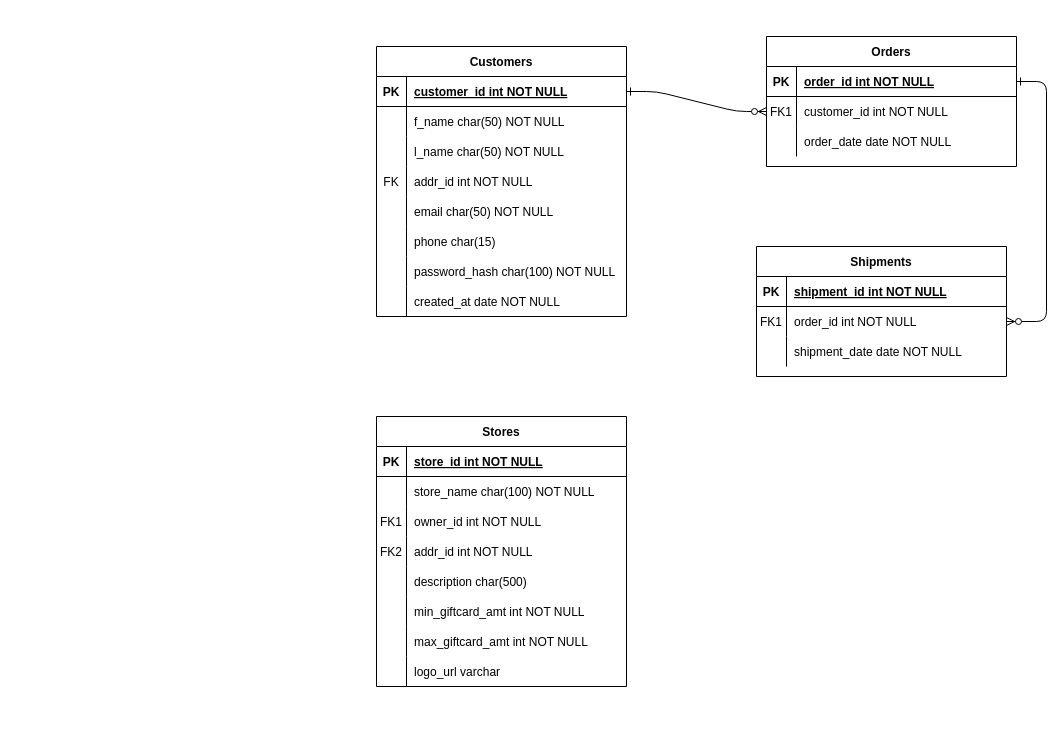
jjschmitt1/e_giftcard_erd keeps this draw.io diagram as e_giftcard_erd.drawio. Above is the earlier version. Source tidied: cells renumbered, new cells numbered last; positions are measured from the earlier drawing's top-left corner, leaving out a move shared by most shapes. Both pictures are drawn from the tidied source at 100%, with x=0, y=0 at pixel (376, 36).
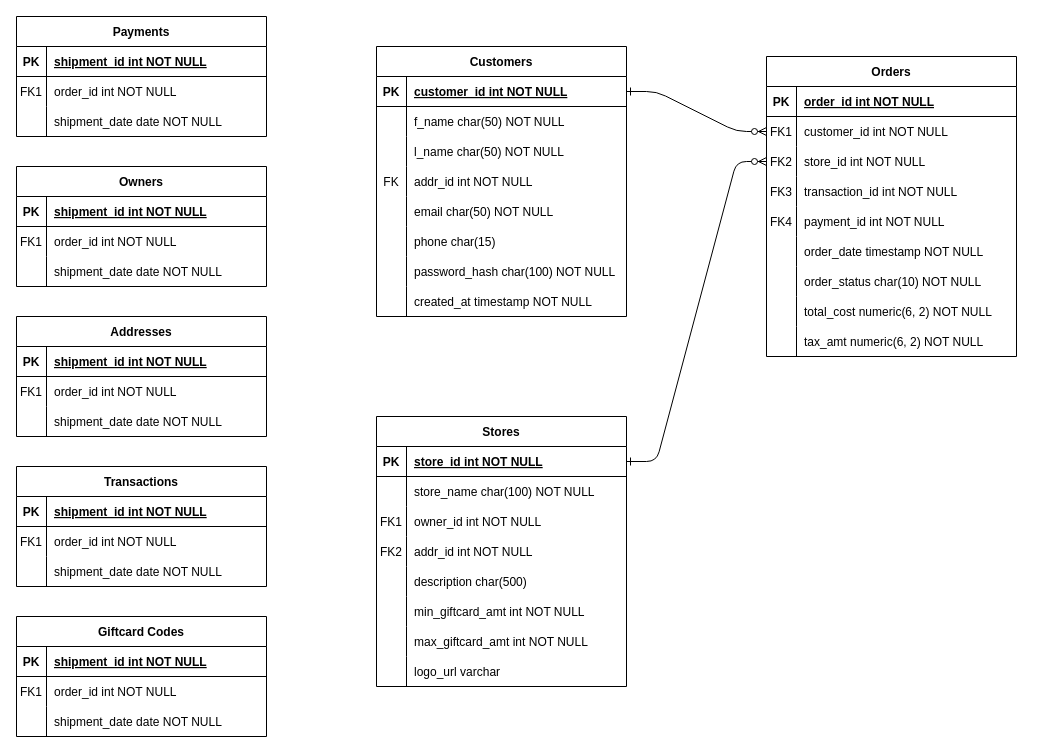
The same diagram, later.

The change refers to these unchanged cells:
```xml
<mxCell id="5" style="shape=partialRectangle;fillColor=none;points=[[0,0.5],[1,0.5]];portConstraint=eastwest;top=0;left=0;right=0;bottom=1;" parent="4" vertex="1">
  <mxGeometry y="30" width="250" height="30" as="geometry" />
</mxCell>
<mxCell id="46" style="shape=partialRectangle;fillColor=none;top=0;left=0;right=0;bottom=0;" parent="24" vertex="1">
  <mxGeometry y="240" width="250" height="30" as="geometry" />
</mxCell>
<mxCell id="51" style="shape=partialRectangle;fillColor=none;points=[[0,0.5],[1,0.5]];portConstraint=eastwest;top=0;left=0;right=0;bottom=1;" parent="50" vertex="1">
  <mxGeometry y="30" width="250" height="30" as="geometry" />
</mxCell>
```

The edit, as a diff of the source:
```diff
@@
-    <mxCell id="3" style="edgeStyle=entityRelationEdgeStyle;endArrow=ERzeroToMany;startArrow=ERone;endFill=1;startFill=0;" parent="1" edge="1" source="5" target="18">
-      <mxGeometry relative="1" as="geometry" />
-    </mxCell>
     <mxCell id="4" value="Orders" style="shape=table;startSize=30;childLayout=tableLayout;rowLines=0;fontStyle=1;align=center;" parent="1" vertex="1">
-      <mxGeometry x="390" width="250" height="130" as="geometry" />
+      <mxGeometry x="390" y="20" width="250" height="300" as="geometry" />
     </mxCell>
@@
+    <mxCell id="75" style="shape=partialRectangle;fillColor=none;points=[[0,0.5],[1,0.5]];portConstraint=eastwest;top=0;left=0;right=0;bottom=0;" parent="4" vertex="1">
+      <mxGeometry y="90" width="250" height="30" as="geometry" />
+    </mxCell>
+    <mxCell id="76" value="FK2" style="shape=partialRectangle;overflow=hidden;fillColor=none;top=0;left=0;bottom=0;right=0;" parent="75" vertex="1">
+      <mxGeometry width="30" height="30" as="geometry" />
+    </mxCell>
+    <mxCell id="77" value="store_id int NOT NULL" style="shape=partialRectangle;overflow=hidden;fillColor=none;top=0;left=0;bottom=0;right=0;align=left;spacingLeft=6;" parent="75" vertex="1">
+      <mxGeometry x="30" width="220" height="30" as="geometry" />
+    </mxCell>
     <mxCell id="11" style="shape=partialRectangle;fillColor=none;top=0;left=0;right=0;bottom=0;" parent="4" vertex="1">
-      <mxGeometry y="90" width="250" height="30" as="geometry" />
+      <mxGeometry y="120" width="250" height="30" as="geometry" />
     </mxCell>
-    <mxCell id="12" style="shape=partialRectangle;overflow=hidden;fillColor=none;top=0;left=0;bottom=0;right=0;" parent="11" vertex="1">
+    <mxCell id="12" value="FK3" style="shape=partialRectangle;overflow=hidden;fillColor=none;top=0;left=0;bottom=0;right=0;" parent="11" vertex="1">
       <mxGeometry width="30" height="30" as="geometry" />
     </mxCell>
-    <mxCell id="13" value="order_date date NOT NULL" style="shape=partialRectangle;overflow=hidden;fillColor=none;top=0;left=0;bottom=0;right=0;align=left;spacingLeft=6;" parent="11" vertex="1">
+    <mxCell id="13" value="transaction_id int NOT NULL" style="shape=partialRectangle;overflow=hidden;fillColor=none;top=0;left=0;bottom=0;right=0;align=left;spacingLeft=6;" parent="11" vertex="1">
       <mxGeometry x="30" width="220" height="30" as="geometry" />
     </mxCell>
-    <mxCell id="14" value="Shipments" style="shape=table;startSize=30;childLayout=tableLayout;rowLines=0;fontStyle=1;align=center;" parent="1" vertex="1">
-      <mxGeometry x="380" y="210" width="250" height="130" as="geometry" />
-    </mxCell>
-    <mxCell id="15" style="shape=partialRectangle;fillColor=none;top=0;left=0;right=0;bottom=1;" parent="14" vertex="1">
-      <mxGeometry y="30" width="250" height="30" as="geometry" />
-    </mxCell>
-    <mxCell id="16" value="PK" style="shape=partialRectangle;overflow=hidden;fillColor=none;top=0;left=0;bottom=0;right=0;fontStyle=1;" parent="15" vertex="1">
-      <mxGeometry width="30" height="30" as="geometry" />
-    </mxCell>
-    <mxCell id="17" value="shipment_id int NOT NULL " style="shape=partialRectangle;overflow=hidden;fillColor=none;top=0;left=0;bottom=0;right=0;align=left;spacingLeft=6;fontStyle=5;" parent="15" vertex="1">
-      <mxGeometry x="30" width="220" height="30" as="geometry" />
-    </mxCell>
-    <mxCell id="18" style="shape=partialRectangle;fillColor=none;points=[[0,0.5],[1,0.5]];portConstraint=eastwest;top=0;left=0;right=0;bottom=0;" parent="14" vertex="1">
-      <mxGeometry y="60" width="250" height="30" as="geometry" />
-    </mxCell>
-    <mxCell id="19" value="FK1" style="shape=partialRectangle;overflow=hidden;fillColor=none;top=0;left=0;bottom=0;right=0;" parent="18" vertex="1">
-      <mxGeometry width="30" height="30" as="geometry" />
-    </mxCell>
-    <mxCell id="20" value="order_id int NOT NULL" style="shape=partialRectangle;overflow=hidden;fillColor=none;top=0;left=0;bottom=0;right=0;align=left;spacingLeft=6;" parent="18" vertex="1">
-      <mxGeometry x="30" width="220" height="30" as="geometry" />
-    </mxCell>
-    <mxCell id="21" style="shape=partialRectangle;fillColor=none;top=0;left=0;right=0;bottom=0;" parent="14" vertex="1">
-      <mxGeometry y="90" width="250" height="30" as="geometry" />
-    </mxCell>
-    <mxCell id="22" style="shape=partialRectangle;overflow=hidden;fillColor=none;top=0;left=0;bottom=0;right=0;" parent="21" vertex="1">
-      <mxGeometry width="30" height="30" as="geometry" />
-    </mxCell>
-    <mxCell id="23" value="shipment_date date NOT NULL" style="shape=partialRectangle;overflow=hidden;fillColor=none;top=0;left=0;bottom=0;right=0;align=left;spacingLeft=6;" parent="21" vertex="1">
-      <mxGeometry x="30" width="220" height="30" as="geometry" />
-    </mxCell>
+    <mxCell id="78" style="shape=partialRectangle;fillColor=none;top=0;left=0;right=0;bottom=0;" parent="4" vertex="1">
+      <mxGeometry y="150" width="250" height="30" as="geometry" />
+    </mxCell>
+    <mxCell id="79" value="FK4" style="shape=partialRectangle;overflow=hidden;fillColor=none;top=0;left=0;bottom=0;right=0;" parent="78" vertex="1">
+      <mxGeometry width="30" height="30" as="geometry" />
+    </mxCell>
+    <mxCell id="80" value="payment_id int NOT NULL" style="shape=partialRectangle;overflow=hidden;fillColor=none;top=0;left=0;bottom=0;right=0;align=left;spacingLeft=6;" parent="78" vertex="1">
+      <mxGeometry x="30" width="220" height="30" as="geometry" />
+    </mxCell>
+    <mxCell id="81" style="shape=partialRectangle;fillColor=none;top=0;left=0;right=0;bottom=0;" parent="4" vertex="1">
+      <mxGeometry y="180" width="250" height="30" as="geometry" />
+    </mxCell>
+    <mxCell id="82" style="shape=partialRectangle;overflow=hidden;fillColor=none;top=0;left=0;bottom=0;right=0;" parent="81" vertex="1">
+      <mxGeometry width="30" height="30" as="geometry" />
+    </mxCell>
+    <mxCell id="83" value="order_date timestamp NOT NULL" style="shape=partialRectangle;overflow=hidden;fillColor=none;top=0;left=0;bottom=0;right=0;align=left;spacingLeft=6;" parent="81" vertex="1">
+      <mxGeometry x="30" width="220" height="30" as="geometry" />
+    </mxCell>
+    <mxCell id="84" style="shape=partialRectangle;fillColor=none;top=0;left=0;right=0;bottom=0;" parent="4" vertex="1">
+      <mxGeometry y="210" width="250" height="30" as="geometry" />
+    </mxCell>
+    <mxCell id="85" style="shape=partialRectangle;overflow=hidden;fillColor=none;top=0;left=0;bottom=0;right=0;" parent="84" vertex="1">
+      <mxGeometry width="30" height="30" as="geometry" />
+    </mxCell>
+    <mxCell id="86" value="order_status char(10) NOT NULL" style="shape=partialRectangle;overflow=hidden;fillColor=none;top=0;left=0;bottom=0;right=0;align=left;spacingLeft=6;" parent="84" vertex="1">
+      <mxGeometry x="30" width="220" height="30" as="geometry" />
+    </mxCell>
+    <mxCell id="87" style="shape=partialRectangle;fillColor=none;top=0;left=0;right=0;bottom=0;" parent="4" vertex="1">
+      <mxGeometry y="240" width="250" height="30" as="geometry" />
+    </mxCell>
+    <mxCell id="88" style="shape=partialRectangle;overflow=hidden;fillColor=none;top=0;left=0;bottom=0;right=0;" parent="87" vertex="1">
+      <mxGeometry width="30" height="30" as="geometry" />
+    </mxCell>
+    <mxCell id="89" value="total_cost numeric(6, 2) NOT NULL" style="shape=partialRectangle;overflow=hidden;fillColor=none;top=0;left=0;bottom=0;right=0;align=left;spacingLeft=6;" parent="87" vertex="1">
+      <mxGeometry x="30" width="220" height="30" as="geometry" />
+    </mxCell>
+    <mxCell id="90" style="shape=partialRectangle;fillColor=none;top=0;left=0;right=0;bottom=0;" parent="4" vertex="1">
+      <mxGeometry y="270" width="250" height="30" as="geometry" />
+    </mxCell>
+    <mxCell id="91" style="shape=partialRectangle;overflow=hidden;fillColor=none;top=0;left=0;bottom=0;right=0;" parent="90" vertex="1">
+      <mxGeometry width="30" height="30" as="geometry" />
+    </mxCell>
+    <mxCell id="92" value="tax_amt numeric(6, 2) NOT NULL" style="shape=partialRectangle;overflow=hidden;fillColor=none;top=0;left=0;bottom=0;right=0;align=left;spacingLeft=6;" parent="90" vertex="1">
+      <mxGeometry x="30" width="220" height="30" as="geometry" />
+    </mxCell>
@@
-    <mxCell id="48" value="created_at date NOT NULL" style="shape=partialRectangle;overflow=hidden;fillColor=none;top=0;left=0;bottom=0;right=0;align=left;spacingLeft=6;" parent="46" vertex="1">
+    <mxCell id="48" value="created_at timestamp NOT NULL" style="shape=partialRectangle;overflow=hidden;fillColor=none;top=0;left=0;bottom=0;right=0;align=left;spacingLeft=6;" parent="46" vertex="1">
       <mxGeometry x="30" width="220" height="30" as="geometry" />
     </mxCell>
@@
+    <mxCell id="93" style="edgeStyle=entityRelationEdgeStyle;endArrow=ERzeroToMany;startArrow=ERone;endFill=1;startFill=0;exitX=1;exitY=0.5;exitDx=0;exitDy=0;entryX=0;entryY=0.5;entryDx=0;entryDy=0;" parent="1" edge="1" source="51" target="75">
+      <mxGeometry relative="1" as="geometry" />
+    </mxCell>
+    <mxCell id="94" value="Owners" style="shape=table;startSize=30;childLayout=tableLayout;rowLines=0;fontStyle=1;align=center;" parent="1" vertex="1">
+      <mxGeometry x="-360" y="130" width="250" height="120" as="geometry" />
+    </mxCell>
+    <mxCell id="95" style="shape=partialRectangle;fillColor=none;top=0;left=0;right=0;bottom=1;" parent="94" vertex="1">
+      <mxGeometry y="30" width="250" height="30" as="geometry" />
+    </mxCell>
+    <mxCell id="96" value="PK" style="shape=partialRectangle;overflow=hidden;fillColor=none;top=0;left=0;bottom=0;right=0;fontStyle=1;" parent="95" vertex="1">
+      <mxGeometry width="30" height="30" as="geometry" />
+    </mxCell>
+    <mxCell id="97" value="shipment_id int NOT NULL " style="shape=partialRectangle;overflow=hidden;fillColor=none;top=0;left=0;bottom=0;right=0;align=left;spacingLeft=6;fontStyle=5;" parent="95" vertex="1">
+      <mxGeometry x="30" width="220" height="30" as="geometry" />
+    </mxCell>
+    <mxCell id="98" style="shape=partialRectangle;fillColor=none;top=0;left=0;right=0;bottom=0;" parent="94" vertex="1">
+      <mxGeometry y="60" width="250" height="30" as="geometry" />
+    </mxCell>
+    <mxCell id="99" value="FK1" style="shape=partialRectangle;overflow=hidden;fillColor=none;top=0;left=0;bottom=0;right=0;" parent="98" vertex="1">
+      <mxGeometry width="30" height="30" as="geometry" />
+    </mxCell>
+    <mxCell id="100" value="order_id int NOT NULL" style="shape=partialRectangle;overflow=hidden;fillColor=none;top=0;left=0;bottom=0;right=0;align=left;spacingLeft=6;" parent="98" vertex="1">
+      <mxGeometry x="30" width="220" height="30" as="geometry" />
+    </mxCell>
+    <mxCell id="101" style="shape=partialRectangle;fillColor=none;top=0;left=0;right=0;bottom=0;" parent="94" vertex="1">
+      <mxGeometry y="90" width="250" height="30" as="geometry" />
+    </mxCell>
+    <mxCell id="102" style="shape=partialRectangle;overflow=hidden;fillColor=none;top=0;left=0;bottom=0;right=0;" parent="101" vertex="1">
+      <mxGeometry width="30" height="30" as="geometry" />
+    </mxCell>
+    <mxCell id="103" value="shipment_date date NOT NULL" style="shape=partialRectangle;overflow=hidden;fillColor=none;top=0;left=0;bottom=0;right=0;align=left;spacingLeft=6;" parent="101" vertex="1">
+      <mxGeometry x="30" width="220" height="30" as="geometry" />
+    </mxCell>
+    <mxCell id="104" value="Addresses" style="shape=table;startSize=30;childLayout=tableLayout;rowLines=0;fontStyle=1;align=center;" parent="1" vertex="1">
+      <mxGeometry x="-360" y="280" width="250" height="120" as="geometry" />
+    </mxCell>
+    <mxCell id="105" style="shape=partialRectangle;fillColor=none;top=0;left=0;right=0;bottom=1;" parent="104" vertex="1">
+      <mxGeometry y="30" width="250" height="30" as="geometry" />
+    </mxCell>
+    <mxCell id="106" value="PK" style="shape=partialRectangle;overflow=hidden;fillColor=none;top=0;left=0;bottom=0;right=0;fontStyle=1;" parent="105" vertex="1">
+      <mxGeometry width="30" height="30" as="geometry" />
+    </mxCell>
+    <mxCell id="107" value="shipment_id int NOT NULL " style="shape=partialRectangle;overflow=hidden;fillColor=none;top=0;left=0;bottom=0;right=0;align=left;spacingLeft=6;fontStyle=5;" parent="105" vertex="1">
+      <mxGeometry x="30" width="220" height="30" as="geometry" />
+    </mxCell>
+    <mxCell id="108" style="shape=partialRectangle;fillColor=none;top=0;left=0;right=0;bottom=0;" parent="104" vertex="1">
+      <mxGeometry y="60" width="250" height="30" as="geometry" />
+    </mxCell>
+    <mxCell id="109" value="FK1" style="shape=partialRectangle;overflow=hidden;fillColor=none;top=0;left=0;bottom=0;right=0;" parent="108" vertex="1">
+      <mxGeometry width="30" height="30" as="geometry" />
+    </mxCell>
+    <mxCell id="110" value="order_id int NOT NULL" style="shape=partialRectangle;overflow=hidden;fillColor=none;top=0;left=0;bottom=0;right=0;align=left;spacingLeft=6;" parent="108" vertex="1">
+      <mxGeometry x="30" width="220" height="30" as="geometry" />
+    </mxCell>
+    <mxCell id="111" style="shape=partialRectangle;fillColor=none;top=0;left=0;right=0;bottom=0;" parent="104" vertex="1">
+      <mxGeometry y="90" width="250" height="30" as="geometry" />
+    </mxCell>
+    <mxCell id="112" style="shape=partialRectangle;overflow=hidden;fillColor=none;top=0;left=0;bottom=0;right=0;" parent="111" vertex="1">
+      <mxGeometry width="30" height="30" as="geometry" />
+    </mxCell>
+    <mxCell id="113" value="shipment_date date NOT NULL" style="shape=partialRectangle;overflow=hidden;fillColor=none;top=0;left=0;bottom=0;right=0;align=left;spacingLeft=6;" parent="111" vertex="1">
+      <mxGeometry x="30" width="220" height="30" as="geometry" />
+    </mxCell>
+    <mxCell id="114" value="Transactions" style="shape=table;startSize=30;childLayout=tableLayout;rowLines=0;fontStyle=1;align=center;" parent="1" vertex="1">
+      <mxGeometry x="-360" y="430" width="250" height="120" as="geometry" />
+    </mxCell>
+    <mxCell id="115" style="shape=partialRectangle;fillColor=none;top=0;left=0;right=0;bottom=1;" parent="114" vertex="1">
+      <mxGeometry y="30" width="250" height="30" as="geometry" />
+    </mxCell>
+    <mxCell id="116" value="PK" style="shape=partialRectangle;overflow=hidden;fillColor=none;top=0;left=0;bottom=0;right=0;fontStyle=1;" parent="115" vertex="1">
+      <mxGeometry width="30" height="30" as="geometry" />
+    </mxCell>
+    <mxCell id="117" value="shipment_id int NOT NULL " style="shape=partialRectangle;overflow=hidden;fillColor=none;top=0;left=0;bottom=0;right=0;align=left;spacingLeft=6;fontStyle=5;" parent="115" vertex="1">
+      <mxGeometry x="30" width="220" height="30" as="geometry" />
+    </mxCell>
+    <mxCell id="118" style="shape=partialRectangle;fillColor=none;top=0;left=0;right=0;bottom=0;" parent="114" vertex="1">
+      <mxGeometry y="60" width="250" height="30" as="geometry" />
+    </mxCell>
+    <mxCell id="119" value="FK1" style="shape=partialRectangle;overflow=hidden;fillColor=none;top=0;left=0;bottom=0;right=0;" parent="118" vertex="1">
+      <mxGeometry width="30" height="30" as="geometry" />
+    </mxCell>
+    <mxCell id="120" value="order_id int NOT NULL" style="shape=partialRectangle;overflow=hidden;fillColor=none;top=0;left=0;bottom=0;right=0;align=left;spacingLeft=6;" parent="118" vertex="1">
+      <mxGeometry x="30" width="220" height="30" as="geometry" />
+    </mxCell>
+    <mxCell id="121" style="shape=partialRectangle;fillColor=none;top=0;left=0;right=0;bottom=0;" parent="114" vertex="1">
+      <mxGeometry y="90" width="250" height="30" as="geometry" />
+    </mxCell>
+    <mxCell id="122" style="shape=partialRectangle;overflow=hidden;fillColor=none;top=0;left=0;bottom=0;right=0;" parent="121" vertex="1">
+      <mxGeometry width="30" height="30" as="geometry" />
+    </mxCell>
+    <mxCell id="123" value="shipment_date date NOT NULL" style="shape=partialRectangle;overflow=hidden;fillColor=none;top=0;left=0;bottom=0;right=0;align=left;spacingLeft=6;" parent="121" vertex="1">
+      <mxGeometry x="30" width="220" height="30" as="geometry" />
+    </mxCell>
+    <mxCell id="124" value="Payments" style="shape=table;startSize=30;childLayout=tableLayout;rowLines=0;fontStyle=1;align=center;" parent="1" vertex="1">
+      <mxGeometry x="-360" y="-20" width="250" height="120" as="geometry" />
+    </mxCell>
+    <mxCell id="125" style="shape=partialRectangle;fillColor=none;top=0;left=0;right=0;bottom=1;" parent="124" vertex="1">
+      <mxGeometry y="30" width="250" height="30" as="geometry" />
+    </mxCell>
+    <mxCell id="126" value="PK" style="shape=partialRectangle;overflow=hidden;fillColor=none;top=0;left=0;bottom=0;right=0;fontStyle=1;" parent="125" vertex="1">
+      <mxGeometry width="30" height="30" as="geometry" />
+    </mxCell>
+    <mxCell id="127" value="shipment_id int NOT NULL " style="shape=partialRectangle;overflow=hidden;fillColor=none;top=0;left=0;bottom=0;right=0;align=left;spacingLeft=6;fontStyle=5;" parent="125" vertex="1">
+      <mxGeometry x="30" width="220" height="30" as="geometry" />
+    </mxCell>
+    <mxCell id="128" style="shape=partialRectangle;fillColor=none;top=0;left=0;right=0;bottom=0;" parent="124" vertex="1">
+      <mxGeometry y="60" width="250" height="30" as="geometry" />
+    </mxCell>
+    <mxCell id="129" value="FK1" style="shape=partialRectangle;overflow=hidden;fillColor=none;top=0;left=0;bottom=0;right=0;" parent="128" vertex="1">
+      <mxGeometry width="30" height="30" as="geometry" />
+    </mxCell>
+    <mxCell id="130" value="order_id int NOT NULL" style="shape=partialRectangle;overflow=hidden;fillColor=none;top=0;left=0;bottom=0;right=0;align=left;spacingLeft=6;" parent="128" vertex="1">
+      <mxGeometry x="30" width="220" height="30" as="geometry" />
+    </mxCell>
+    <mxCell id="131" style="shape=partialRectangle;fillColor=none;top=0;left=0;right=0;bottom=0;" parent="124" vertex="1">
+      <mxGeometry y="90" width="250" height="30" as="geometry" />
+    </mxCell>
+    <mxCell id="132" style="shape=partialRectangle;overflow=hidden;fillColor=none;top=0;left=0;bottom=0;right=0;" parent="131" vertex="1">
+      <mxGeometry width="30" height="30" as="geometry" />
+    </mxCell>
+    <mxCell id="133" value="shipment_date date NOT NULL" style="shape=partialRectangle;overflow=hidden;fillColor=none;top=0;left=0;bottom=0;right=0;align=left;spacingLeft=6;" parent="131" vertex="1">
+      <mxGeometry x="30" width="220" height="30" as="geometry" />
+    </mxCell>
+    <mxCell id="134" value="Giftcard Codes" style="shape=table;startSize=30;childLayout=tableLayout;rowLines=0;fontStyle=1;align=center;" parent="1" vertex="1">
+      <mxGeometry x="-360" y="580" width="250" height="120" as="geometry" />
+    </mxCell>
+    <mxCell id="135" style="shape=partialRectangle;fillColor=none;top=0;left=0;right=0;bottom=1;" parent="134" vertex="1">
+      <mxGeometry y="30" width="250" height="30" as="geometry" />
+    </mxCell>
+    <mxCell id="136" value="PK" style="shape=partialRectangle;overflow=hidden;fillColor=none;top=0;left=0;bottom=0;right=0;fontStyle=1;" parent="135" vertex="1">
+      <mxGeometry width="30" height="30" as="geometry" />
+    </mxCell>
+    <mxCell id="137" value="shipment_id int NOT NULL " style="shape=partialRectangle;overflow=hidden;fillColor=none;top=0;left=0;bottom=0;right=0;align=left;spacingLeft=6;fontStyle=5;" parent="135" vertex="1">
+      <mxGeometry x="30" width="220" height="30" as="geometry" />
+    </mxCell>
+    <mxCell id="138" style="shape=partialRectangle;fillColor=none;top=0;left=0;right=0;bottom=0;" parent="134" vertex="1">
+      <mxGeometry y="60" width="250" height="30" as="geometry" />
+    </mxCell>
+    <mxCell id="139" value="FK1" style="shape=partialRectangle;overflow=hidden;fillColor=none;top=0;left=0;bottom=0;right=0;" parent="138" vertex="1">
+      <mxGeometry width="30" height="30" as="geometry" />
+    </mxCell>
+    <mxCell id="140" value="order_id int NOT NULL" style="shape=partialRectangle;overflow=hidden;fillColor=none;top=0;left=0;bottom=0;right=0;align=left;spacingLeft=6;" parent="138" vertex="1">
+      <mxGeometry x="30" width="220" height="30" as="geometry" />
+    </mxCell>
+    <mxCell id="141" style="shape=partialRectangle;fillColor=none;top=0;left=0;right=0;bottom=0;" parent="134" vertex="1">
+      <mxGeometry y="90" width="250" height="30" as="geometry" />
+    </mxCell>
+    <mxCell id="142" style="shape=partialRectangle;overflow=hidden;fillColor=none;top=0;left=0;bottom=0;right=0;" parent="141" vertex="1">
+      <mxGeometry width="30" height="30" as="geometry" />
+    </mxCell>
+    <mxCell id="143" value="shipment_date date NOT NULL" style="shape=partialRectangle;overflow=hidden;fillColor=none;top=0;left=0;bottom=0;right=0;align=left;spacingLeft=6;" parent="141" vertex="1">
+      <mxGeometry x="30" width="220" height="30" as="geometry" />
+    </mxCell>
```
